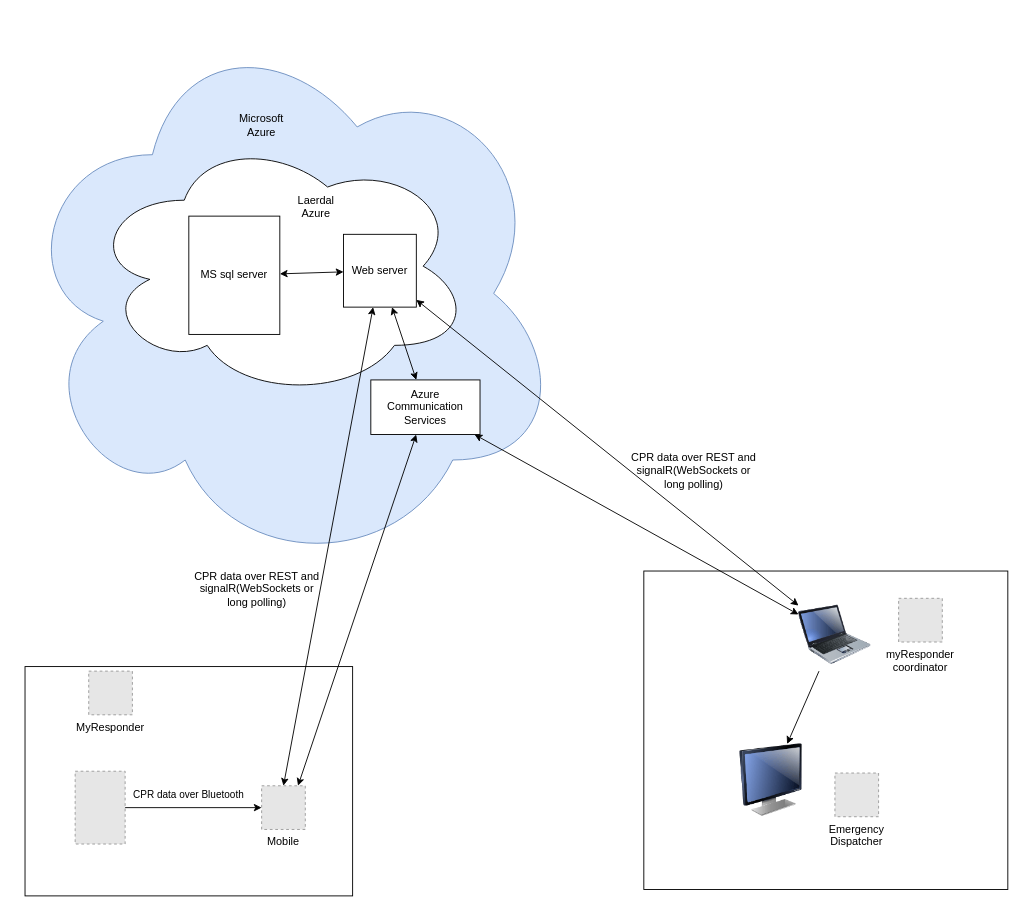
Earlier version of the draw.io diagram TCPR Link Data flow.drawio (tompi/diagrams). Source tidied: cells renumbered, new cells numbered last; positions are measured from the earlier drawing's top-left corner, leaving out a move shared by most shapes. Both pictures are drawn from the tidied source at 91%, with x=0, y=0 at pixel (15, 15). Pictures stored in the file or linked from it are replaced by grey dashed boxes.
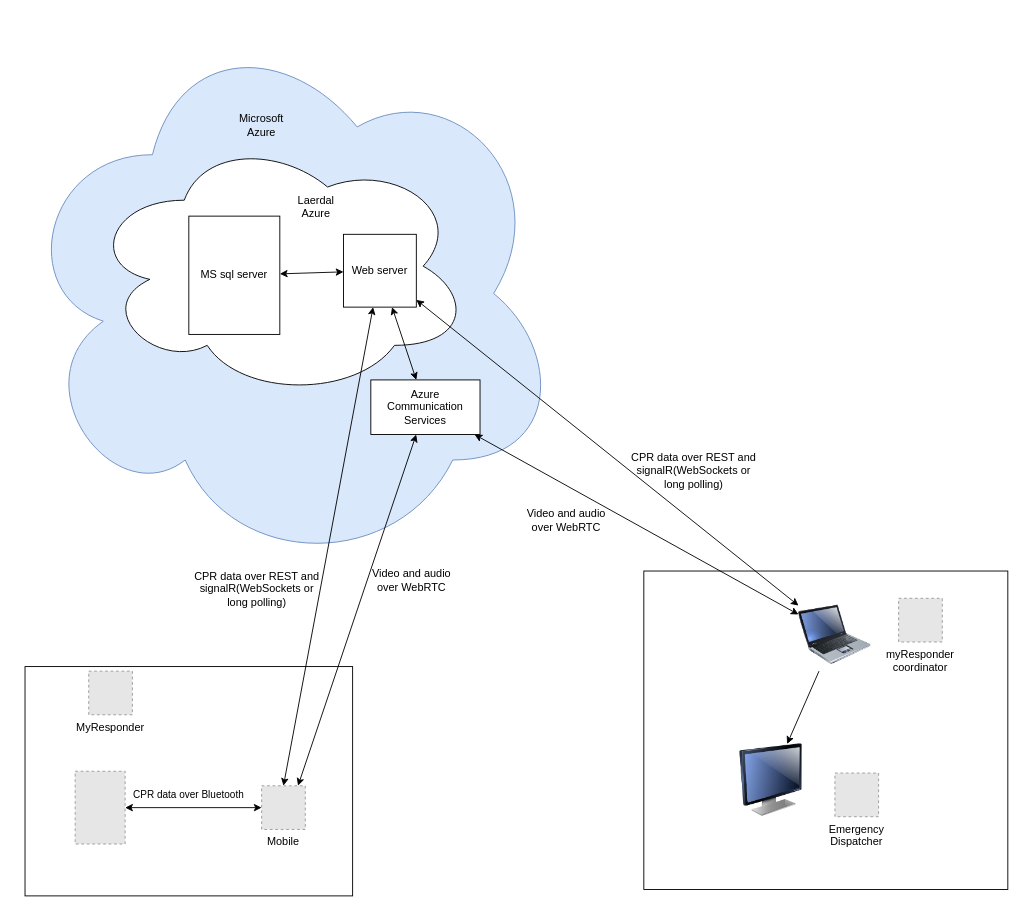
After the change.

The change refers to these unchanged cells:
```xml
<mxCell id="9" style="fillColor=#E6E6E6;strokeColor=#999999;dashed=1;verticalLabelPosition=bottom;labelBackgroundColor=#ffffff;verticalAlign=top;" parent="1" vertex="1">
  <mxGeometry x="65.1" y="830" width="54.9" height="80" as="geometry" />
</mxCell>
<mxCell id="10" value="Mobile" style="fillColor=#E6E6E6;strokeColor=#999999;dashed=1;verticalLabelPosition=bottom;verticalAlign=top;" parent="1" vertex="1">
  <mxGeometry x="270" y="846" width="48" height="48" as="geometry" />
</mxCell>
```

Change to the diagram source:
```diff
@@
-    <mxCell id="11" style="endArrow=classic;html=1;" parent="1" edge="1" target="10">
-      <mxGeometry relative="1" as="geometry">
-        <mxPoint x="120" y="870" as="sourcePoint" />
-      </mxGeometry>
-    </mxCell>
@@
+    <mxCell id="30" value="Video and audio over WebRTC" style="text;html=1;strokeColor=none;fillColor=none;align=center;verticalAlign=middle;whiteSpace=wrap;rounded=0;labelBackgroundColor=none;" parent="1" vertex="1">
+      <mxGeometry x="390" y="610" width="90" height="20" as="geometry" />
+    </mxCell>
+    <mxCell id="31" value="Video and audio over WebRTC" style="text;html=1;strokeColor=none;fillColor=none;align=center;verticalAlign=middle;whiteSpace=wrap;rounded=0;labelBackgroundColor=none;" parent="1" vertex="1">
+      <mxGeometry x="560" y="544" width="90" height="20" as="geometry" />
+    </mxCell>
+    <mxCell id="32" style="endArrow=classic;startArrow=classic;html=1;" parent="1" edge="1" source="9" target="10">
+      <mxGeometry relative="1" as="geometry" />
+    </mxCell>
```
